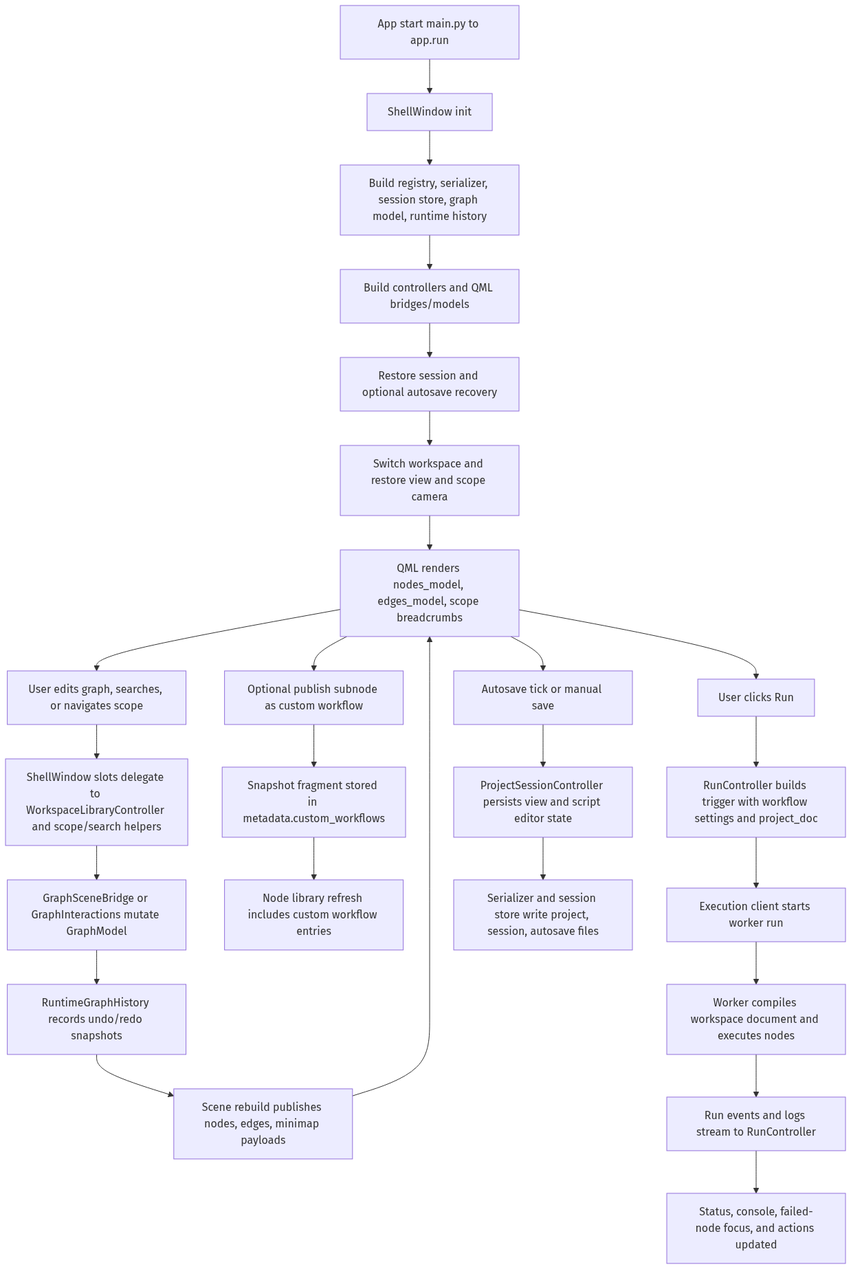
This is docs/architecture_diagrams/runtime_pipeline.png from emreatay993/EA_Node, a Mermaid export, as it was before one commit. Its source is kept beside it as docs/architecture_diagrams/runtime_pipeline.mmd.
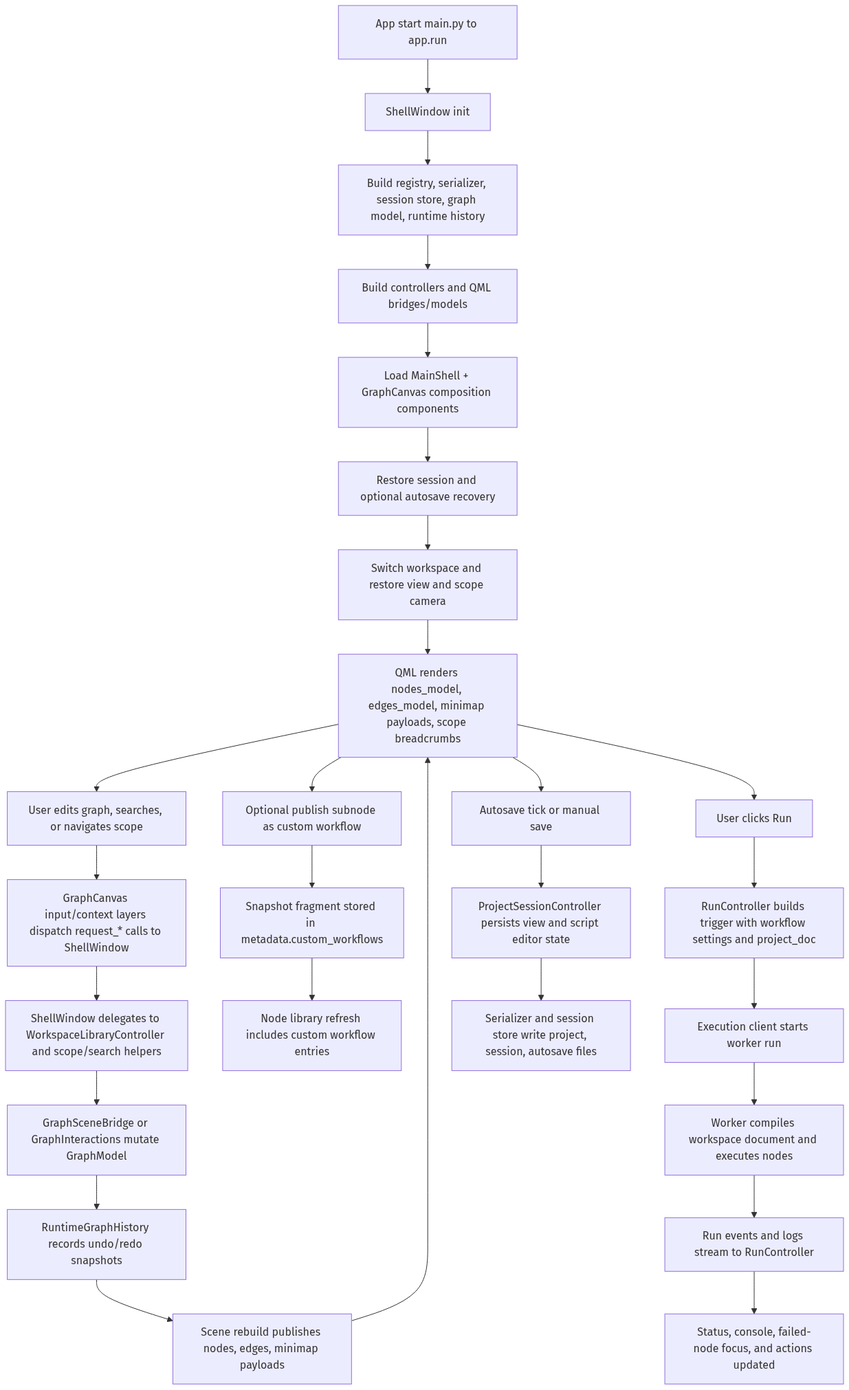
Above is the later version.

Commit message:
docs: refresh architecture docs for modular GraphCanvas

Change to the diagram source:
```diff
@@ -2,28 +2,30 @@
     A[App start main.py to app.run] --> B[ShellWindow init]
     B --> C[Build registry, serializer, session store, graph model, runtime history]
     C --> D[Build controllers and QML bridges/models]
-    D --> E[Restore session and optional autosave recovery]
-    E --> F[Switch workspace and restore view and scope camera]
-    F --> G[QML renders nodes_model, edges_model, scope breadcrumbs]
+    D --> E[Load MainShell + GraphCanvas composition components]
+    E --> F[Restore session and optional autosave recovery]
+    F --> G[Switch workspace and restore view and scope camera]
+    G --> H[QML renders nodes_model, edges_model, minimap payloads, scope breadcrumbs]
 
-    G --> H[User edits graph, searches, or navigates scope]
-    H --> I[ShellWindow slots delegate to WorkspaceLibraryController and scope/search helpers]
-    I --> J[GraphSceneBridge or GraphInteractions mutate GraphModel]
-    J --> K[RuntimeGraphHistory records undo/redo snapshots]
-    K --> L[Scene rebuild publishes nodes, edges, minimap payloads]
-    L --> G
+    H --> I[User edits graph, searches, or navigates scope]
+    I --> J[GraphCanvas input/context layers dispatch request_* calls to ShellWindow]
+    J --> K[ShellWindow delegates to WorkspaceLibraryController and scope/search helpers]
+    K --> L[GraphSceneBridge or GraphInteractions mutate GraphModel]
+    L --> M[RuntimeGraphHistory records undo/redo snapshots]
+    M --> N[Scene rebuild publishes nodes, edges, minimap payloads]
+    N --> H
 
-    G --> M[Optional publish subnode as custom workflow]
-    M --> N[Snapshot fragment stored in metadata.custom_workflows]
-    N --> O[Node library refresh includes custom workflow entries]
+    H --> O[Optional publish subnode as custom workflow]
+    O --> P[Snapshot fragment stored in metadata.custom_workflows]
+    P --> Q[Node library refresh includes custom workflow entries]
 
-    G --> P[User clicks Run]
-    P --> Q[RunController builds trigger with workflow settings and project_doc]
-    Q --> R[Execution client starts worker run]
-    R --> S[Worker compiles workspace document and executes nodes]
-    S --> T[Run events and logs stream to RunController]
-    T --> U[Status, console, failed-node focus, and actions updated]
+    H --> R[User clicks Run]
+    R --> S[RunController builds trigger with workflow settings and project_doc]
+    S --> T[Execution client starts worker run]
+    T --> U[Worker compiles workspace document and executes nodes]
+    U --> V[Run events and logs stream to RunController]
+    V --> W[Status, console, failed-node focus, and actions updated]
 
-    G --> V[Autosave tick or manual save]
-    V --> W[ProjectSessionController persists view and script editor state]
-    W --> X[Serializer and session store write project, session, autosave files]
+    H --> X[Autosave tick or manual save]
+    X --> Y[ProjectSessionController persists view and script editor state]
+    Y --> Z[Serializer and session store write project, session, autosave files]
```
